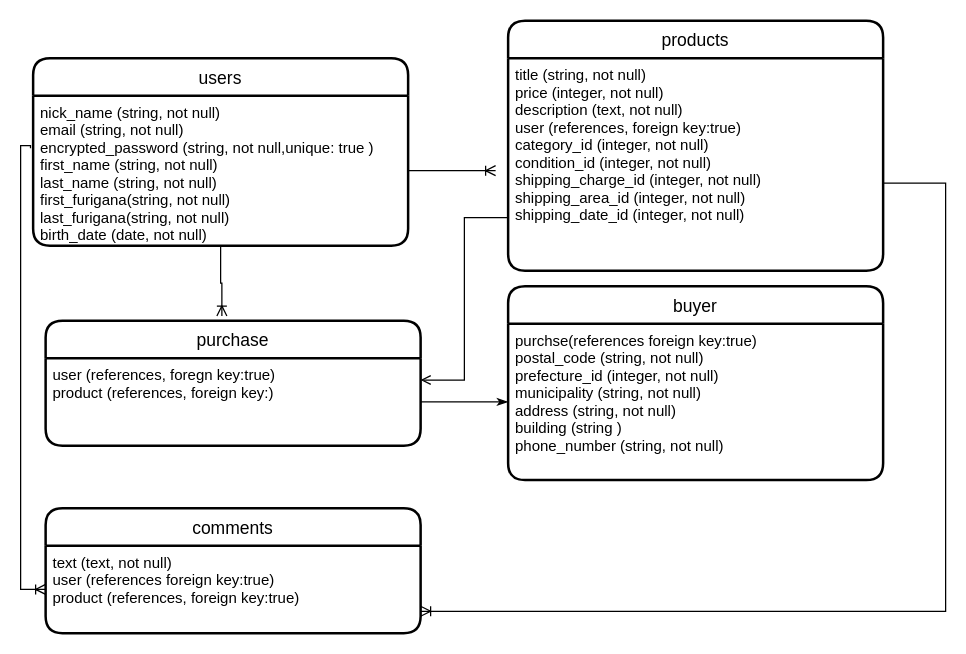
Above: er.dio in maaakun38/furima-31914 (draw.io), before the change. Source tidied: cells renumbered, new cells numbered last; positions are measured from the earlier drawing's top-left corner, leaving out a move shared by most shapes. Both pictures are drawn from the tidied source at 125%, with x=0, y=0 at pixel (20, 20).
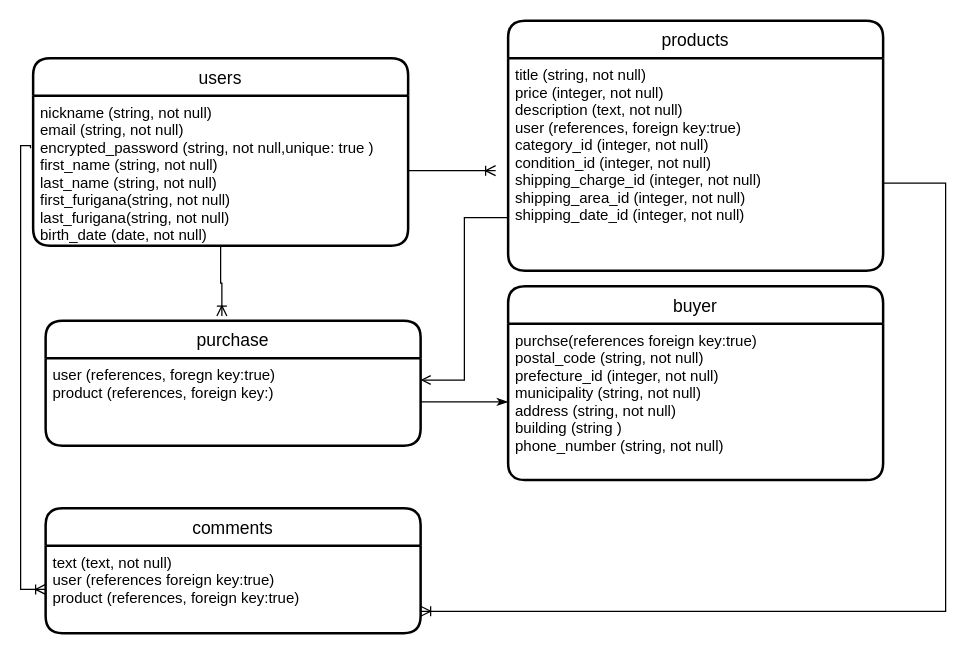
The same page after the edit.

Commit message (it also covers changes not shown here):
データベース設計修正４

Unchanged cells that the change refers to:
```xml
<mxCell id="2" value="users" style="swimlane;horizontal=1;startSize=30;rounded=1;fontSize=14;fontStyle=0;strokeWidth=2;shadow=0;dashed=0;align=center;" parent="1" vertex="1">
  <mxGeometry x="10" y="30" width="300" height="150" as="geometry" />
</mxCell>
```

Change to the diagram source:
```diff
@@
-    <mxCell id="3" value="nick_name (string, not null)&#10;email (string, not null)&#10;encrypted_password (string, not null,unique: true )&#10;first_name (string, not null)&#10;last_name (string, not null)&#10;first_furigana(string, not null)&#10;last_furigana(string, not null)&#10;birth_date (date, not null)&#10;" style="align=left;strokeColor=none;fillColor=none;spacingLeft=4;fontSize=12;verticalAlign=top;" parent="2" vertex="1">
+    <mxCell id="3" value="nickname (string, not null)&#10;email (string, not null)&#10;encrypted_password (string, not null,unique: true )&#10;first_name (string, not null)&#10;last_name (string, not null)&#10;first_furigana(string, not null)&#10;last_furigana(string, not null)&#10;birth_date (date, not null)&#10;" style="align=left;strokeColor=none;fillColor=none;spacingLeft=4;fontSize=12;verticalAlign=top;" parent="2" vertex="1">
       <mxGeometry y="30" width="300" height="120" as="geometry" />
     </mxCell>
```
